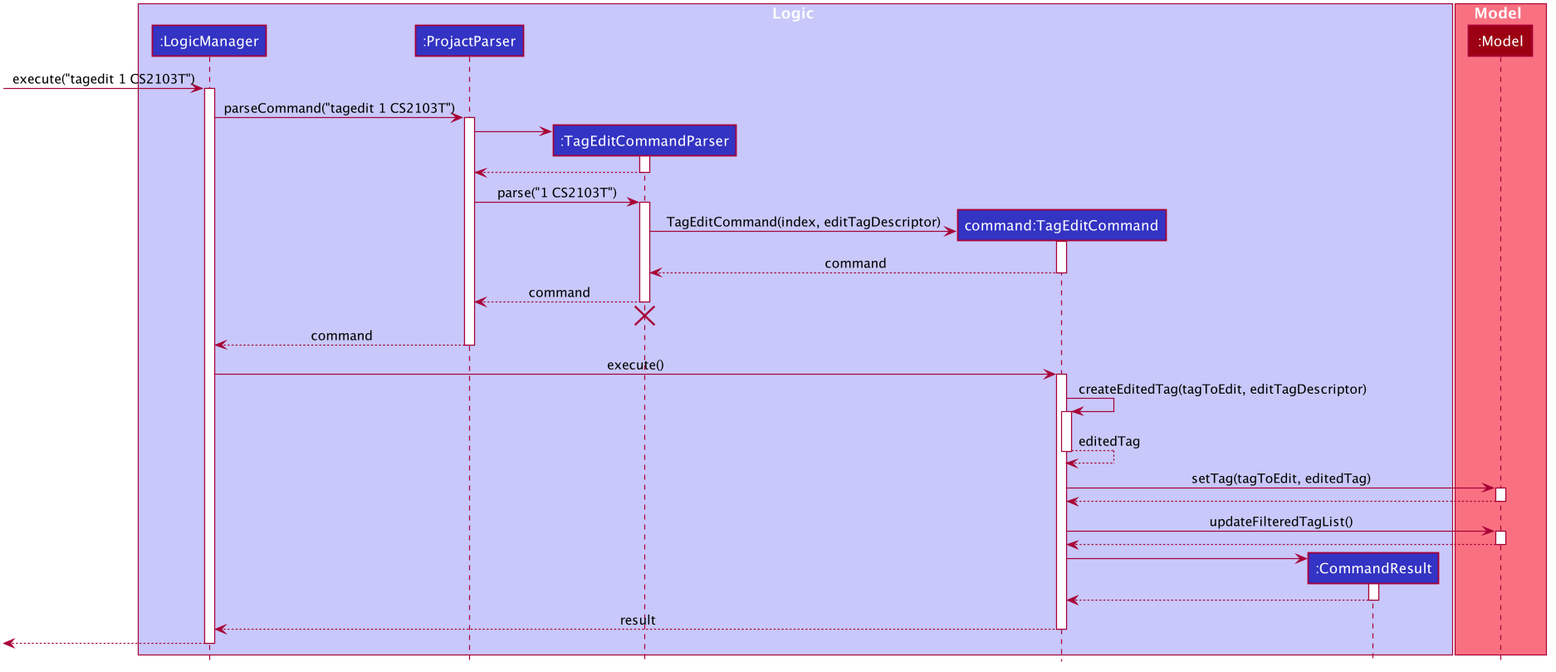
This is docs/images/TagEditSequenceDiagram.png from siqiang-ng/tp, a PlantUML export, as it was before one commit.
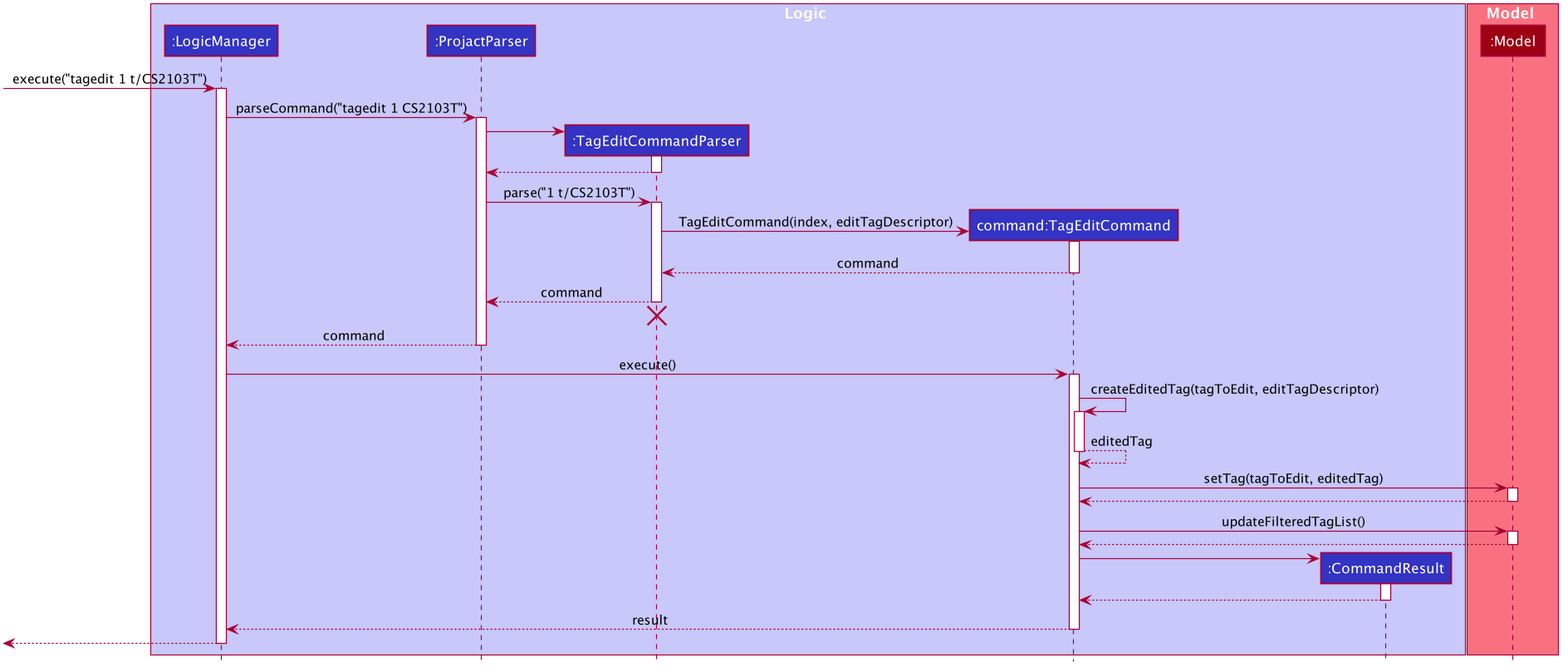
The same diagram one commit later.

Commit message:
Update TagEdit in Developer Guide

What changed in the source:
```diff
@@ -59,7 +59,7 @@
 participant ":Model" as Model #9D0012
 end box
 
-[-> LogicManager : execute("tagedit 1 CS2103T")
+[-> LogicManager : execute("tagedit 1 t/CS2103T")
 activate LogicManager
 
 LogicManager -> ProjactParser : parseCommand("tagedit 1 CS2103T")
@@ -71,7 +71,7 @@
 TagEditCommandParser --> ProjactParser
 
 deactivate TagEditCommandParser
-ProjactParser -> TagEditCommandParser : parse("1 CS2103T")
+ProjactParser -> TagEditCommandParser : parse("1 t/CS2103T")
 activate TagEditCommandParser
 
 create TagEditCommand
```
